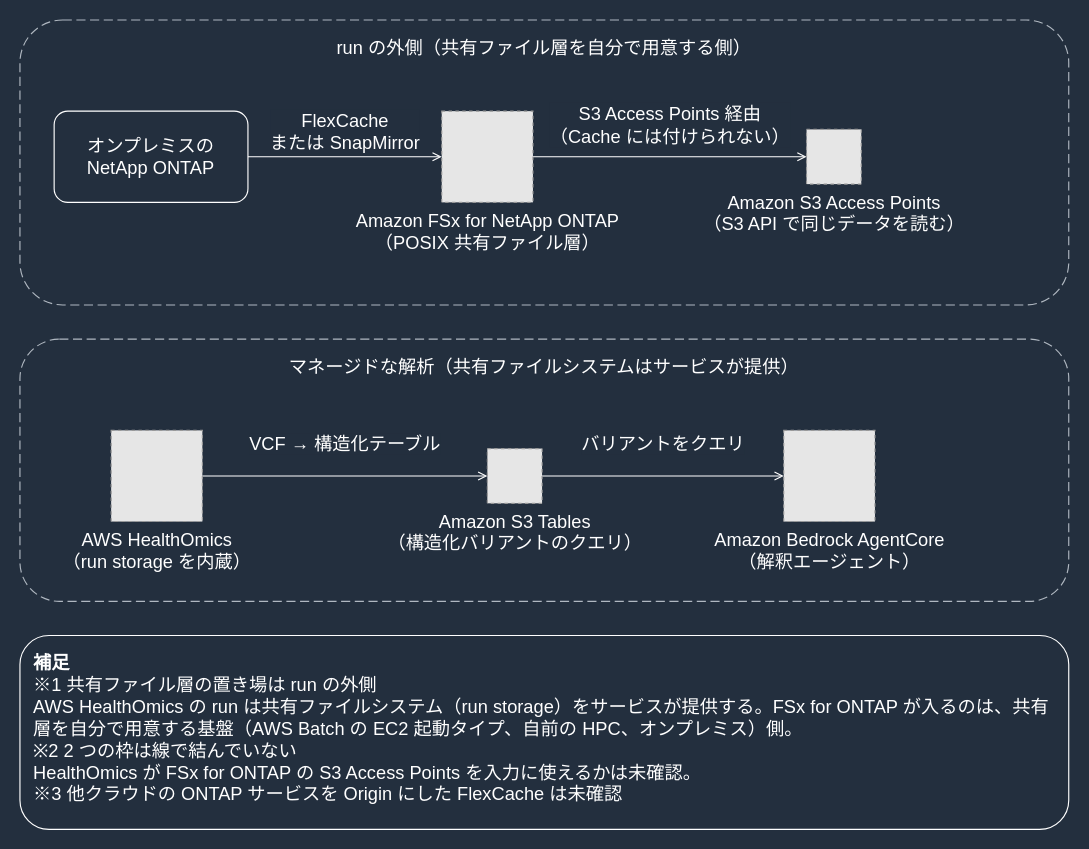
This is docs/_assets/diagrams/genomics-hpc-data-layers-dark.drawio from Yoshiki0705/FSx-for-ONTAP-Adoption-Playbook, a draw.io file, before an edit. Source tidied: cells renumbered, new cells numbered last; positions are measured from the earlier drawing's top-left corner, leaving out a move shared by most shapes. Both pictures are drawn from the tidied source at 114%, with x=0, y=0 at pixel (19, 19). Pictures stored in the file or linked from it are replaced by grey dashed boxes.
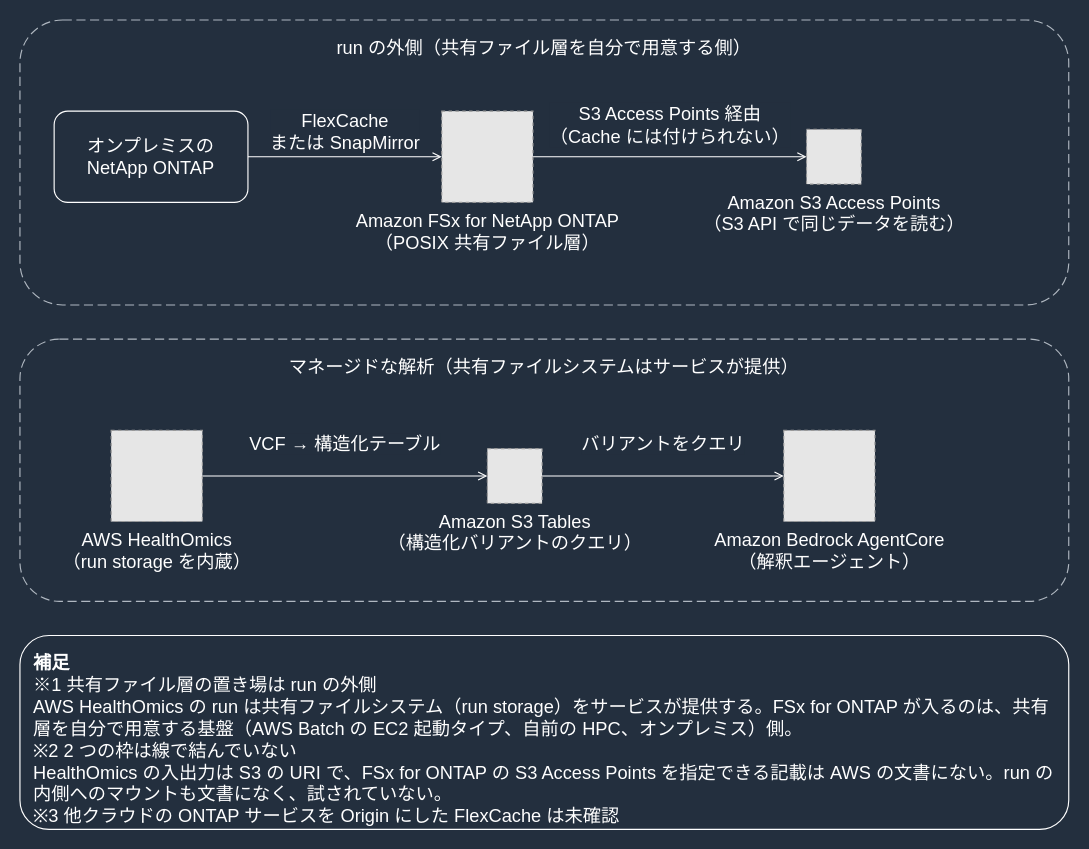
Above is the later version.

Diff of the diagram source:
```diff
@@
 <mxGraphModel background="#232F3E">
   <root>
     <mxCell id="0" />
     <mxCell id="1" parent="0" />
     <mxCell id="2" value="FlexCache&lt;br&gt;または SnapMirror" style="edgeStyle=orthogonalEdgeStyle;rounded=0;html=1;endArrow=open;endFill=0;strokeColor=#FFFFFF;strokeWidth=1;fontSize=16;fontColor=#FFFFFF;labelBackgroundColor=#232F3E;exitX=1.0;exitY=0.5;exitDx=0;exitDy=0;entryX=0.0;entryY=0.5;entryDx=0;entryDy=0;" parent="1" edge="1" source="8" target="10">
       <mxGeometry relative="1" as="geometry">
         <mxPoint y="-22" as="offset" />
       </mxGeometry>
     </mxCell>
     <mxCell id="3" value="S3 Access Points 経由&lt;br&gt;（Cache には付けられない）" style="edgeStyle=orthogonalEdgeStyle;rounded=0;html=1;endArrow=open;endFill=0;strokeColor=#FFFFFF;strokeWidth=1;fontSize=16;fontColor=#FFFFFF;labelBackgroundColor=#232F3E;exitX=1.0;exitY=0.5;exitDx=0;exitDy=0;entryX=0.0;entryY=0.5;entryDx=0;entryDy=0;" parent="1" edge="1" source="10" target="11">
       <mxGeometry relative="1" as="geometry">
         <mxPoint y="-28" as="offset" />
       </mxGeometry>
     </mxCell>
     <mxCell id="4" value="VCF → 構造化テーブル" style="edgeStyle=orthogonalEdgeStyle;rounded=0;html=1;endArrow=open;endFill=0;strokeColor=#FFFFFF;strokeWidth=1;fontSize=16;fontColor=#FFFFFF;labelBackgroundColor=#232F3E;exitX=1.0;exitY=0.5;exitDx=0;exitDy=0;entryX=0.0;entryY=0.5;entryDx=0;entryDy=0;" parent="1" edge="1" source="12" target="13">
       <mxGeometry relative="1" as="geometry">
         <mxPoint y="-28" as="offset" />
       </mxGeometry>
     </mxCell>
     <mxCell id="5" value="バリアントをクエリ" style="edgeStyle=orthogonalEdgeStyle;rounded=0;html=1;endArrow=open;endFill=0;strokeColor=#FFFFFF;strokeWidth=1;fontSize=16;fontColor=#FFFFFF;labelBackgroundColor=#232F3E;exitX=1.0;exitY=0.5;exitDx=0;exitDy=0;entryX=0.0;entryY=0.5;entryDx=0;entryDy=0;" parent="1" edge="1" source="13" target="14">
       <mxGeometry relative="1" as="geometry">
         <mxPoint y="-28" as="offset" />
       </mxGeometry>
     </mxCell>
     <mxCell id="6" value="run の外側（共有ファイル層を自分で用意する側）" style="rounded=1;whiteSpace=wrap;html=1;dashed=1;dashPattern=8 4;strokeColor=#B0B8C1;fillColor=none;fontColor=#FFFFFF;fontSize=16;verticalAlign=top;align=center;spacingTop=8;" parent="1" vertex="1">
       <mxGeometry width="920" height="250" as="geometry" />
     </mxCell>
     <mxCell id="7" value="マネージドな解析（共有ファイルシステムはサービスが提供）" style="rounded=1;whiteSpace=wrap;html=1;dashed=1;dashPattern=8 4;strokeColor=#B0B8C1;fillColor=none;fontColor=#FFFFFF;fontSize=16;verticalAlign=top;align=center;spacingTop=8;" parent="1" vertex="1">
       <mxGeometry y="280" width="920" height="230" as="geometry" />
     </mxCell>
     <mxCell id="8" value="オンプレミスの&lt;br&gt;NetApp ONTAP" style="rounded=1;whiteSpace=wrap;html=1;strokeColor=#FFFFFF;fillColor=none;fontColor=#FFFFFF;fontSize=16;verticalAlign=middle;align=center;" parent="1" vertex="1">
       <mxGeometry x="30" y="80" width="170" height="80" as="geometry" />
     </mxCell>
-    <mxCell id="9" value="&lt;b&gt;補足&lt;/b&gt;&lt;br&gt;※1 共有ファイル層の置き場は run の外側&lt;br&gt;AWS HealthOmics の run は共有ファイルシステム（run storage）をサービスが提供する。FSx for ONTAP が入るのは、共有層を自分で用意する基盤（AWS Batch の EC2 起動タイプ、自前の HPC、オンプレミス）側。&lt;br&gt;※2 2 つの枠は線で結んでいない&lt;br&gt;HealthOmics が FSx for ONTAP の S3 Access Points を入力に使えるかは未確認。&lt;br&gt;※3 他クラウドの ONTAP サービスを Origin にした FlexCache は未確認" style="rounded=1;whiteSpace=wrap;html=1;strokeColor=#FFFFFF;fillColor=none;fontColor=#FFFFFF;fontSize=16;verticalAlign=top;align=left;spacingLeft=10;spacingRight=10;spacingTop=8;" parent="1" vertex="1">
+    <mxCell id="9" value="&lt;b&gt;補足&lt;/b&gt;&lt;br&gt;※1 共有ファイル層の置き場は run の外側&lt;br&gt;AWS HealthOmics の run は共有ファイルシステム（run storage）をサービスが提供する。FSx for ONTAP が入るのは、共有層を自分で用意する基盤（AWS Batch の EC2 起動タイプ、自前の HPC、オンプレミス）側。&lt;br&gt;※2 2 つの枠は線で結んでいない&lt;br&gt;HealthOmics の入出力は S3 の URI で、FSx for ONTAP の S3 Access Points を指定できる記載は AWS の文書にない。run の内側へのマウントも文書になく、試されていない。&lt;br&gt;※3 他クラウドの ONTAP サービスを Origin にした FlexCache は未確認" style="rounded=1;whiteSpace=wrap;html=1;strokeColor=#FFFFFF;fillColor=none;fontColor=#FFFFFF;fontSize=16;verticalAlign=top;align=left;spacingLeft=10;spacingRight=10;spacingTop=8;" parent="1" vertex="1">
       <mxGeometry y="540" width="920" height="170" as="geometry" />
     </mxCell>
     <mxCell id="10" value="Amazon FSx for NetApp ONTAP&lt;br&gt;（POSIX 共有ファイル層）" style="fillColor=#E6E6E6;strokeColor=#999999;dashed=1;html=1;verticalLabelPosition=bottom;verticalAlign=top;labelPosition=center;align=center;fontSize=16;fontColor=#FFFFFF;" parent="1" vertex="1">
       <mxGeometry x="370" y="80" width="80" height="80" as="geometry" />
     </mxCell>
     <mxCell id="11" value="Amazon S3 Access Points&lt;br&gt;（S3 API で同じデータを読む）" style="fillColor=#E6E6E6;strokeColor=#999999;dashed=1;html=1;verticalLabelPosition=bottom;verticalAlign=top;labelPosition=center;align=center;fontSize=16;fontColor=#FFFFFF;" parent="1" vertex="1">
       <mxGeometry x="690" y="96" width="48" height="48" as="geometry" />
     </mxCell>
     <mxCell id="12" value="AWS HealthOmics&lt;br&gt;（run storage を内蔵）" style="fillColor=#E6E6E6;strokeColor=#999999;dashed=1;html=1;verticalLabelPosition=bottom;verticalAlign=top;labelPosition=center;align=center;fontSize=16;fontColor=#FFFFFF;" parent="1" vertex="1">
       <mxGeometry x="80" y="360" width="80" height="80" as="geometry" />
     </mxCell>
     <mxCell id="13" value="Amazon S3 Tables&lt;br&gt;（構造化バリアントのクエリ）" style="fillColor=#E6E6E6;strokeColor=#999999;dashed=1;html=1;verticalLabelPosition=bottom;verticalAlign=top;labelPosition=center;align=center;fontSize=16;fontColor=#FFFFFF;" parent="1" vertex="1">
       <mxGeometry x="410" y="376" width="48" height="48" as="geometry" />
     </mxCell>
     <mxCell id="14" value="Amazon Bedrock AgentCore&lt;br&gt;（解釈エージェント）" style="fillColor=#E6E6E6;strokeColor=#999999;dashed=1;html=1;verticalLabelPosition=bottom;verticalAlign=top;labelPosition=center;align=center;fontSize=16;fontColor=#FFFFFF;" parent="1" vertex="1">
       <mxGeometry x="670" y="360" width="80" height="80" as="geometry" />
     </mxCell>
   </root>
 </mxGraphModel>
```
